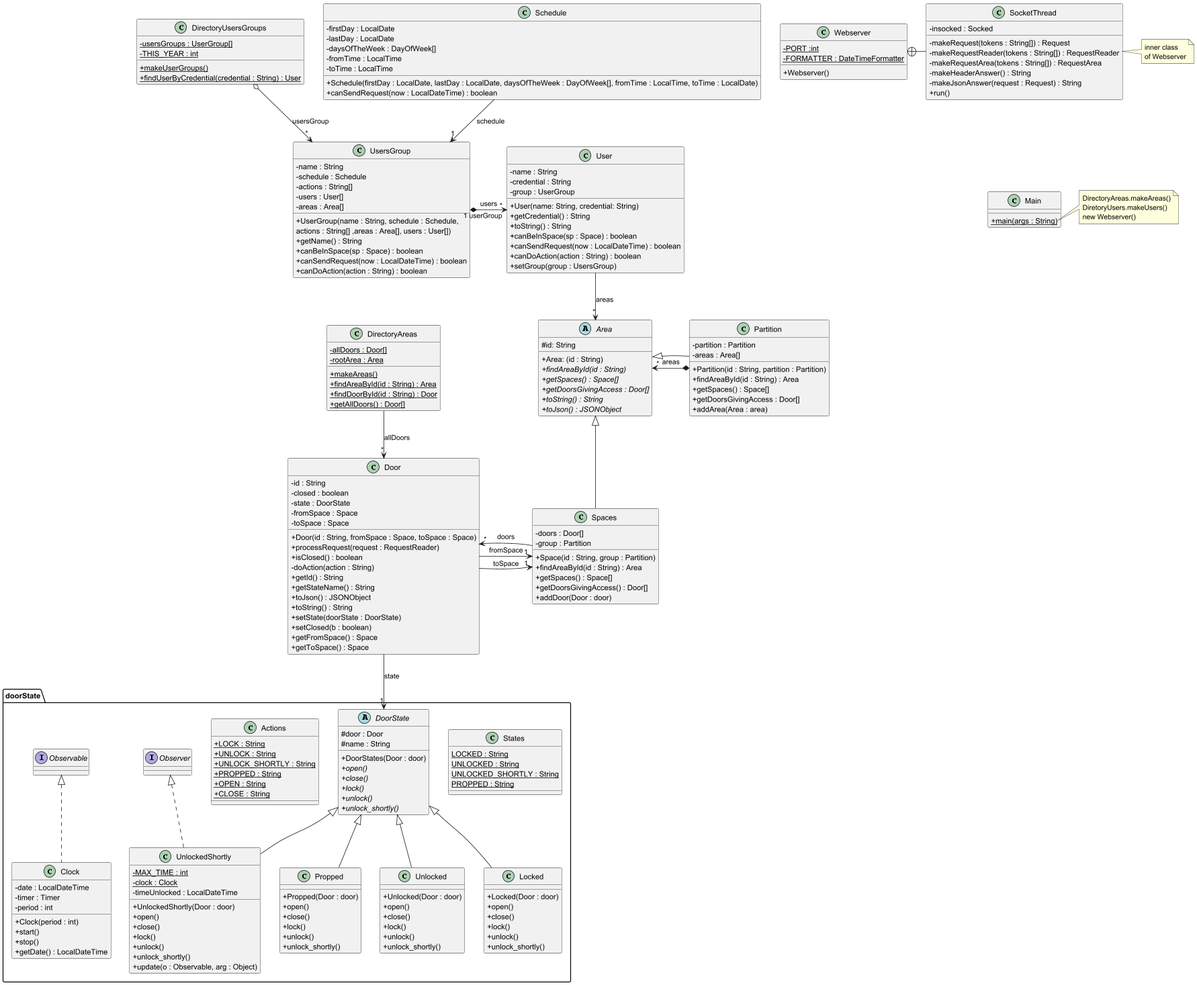
JackNesperosOba/acs_students-master keeps this PlantUML diagram as acs_students-master/src/basenostates/uml/UML.png. Above is the earlier version. Source of this version:
```plantuml
@startuml
skinparam classAttributeIconSize 0

class Webserver {
- {static} PORT :int
- {static} FORMATTER : DateTimeFormatter
+ Webserver()
}

class SocketThread {
- insocked : Socked
- makeRequest(tokens : String[]) : Request
- makeRequestReader(tokens : String[]) : RequestReader
- makeRequestArea(tokens : String[]) : RequestArea
- makeHeaderAnswer() : String
- makeJsonAnswer(request : Request) : String
+ run()
}

Webserver +-right- SocketThread

note right of SocketThread
inner class
of Webserver
end note

class DirectoryAreas {
- {static} allDoors : Door[]
- {static} rootArea : Area
+ {static} makeAreas()
+ {static} findAreaById(id : String) : Area
+ {static} findDoorById(id : String) : Door
+ {static} getAllDoors() : Door[]
}

DirectoryAreas --> "*" Door : "allDoors"

class DirectoryUsersGroups {
- {static} usersGroups : UserGroup[]
- {static} THIS_YEAR : int
+ {static} makeUserGroups()
+ {static} findUserByCredential(credential : String) : User
}

class UsersGroup {
- name : String
- schedule : Schedule
- actions : String[]
- users : User[]
- areas : Area[]
+ UserGroup(name : String, schedule : Schedule,
actions : String[] ,areas : Area[], users : User[])
+ getName() : String
+ canBeInSpace(sp : Space) : boolean
+ canSendRequest(now : LocalDateTime) : boolean
+ canDoAction(action : String) : boolean
}


Schedule --> "1" UsersGroup : "schedule"
DirectoryUsersGroups o--> "*" UsersGroup : "usersGroup"
UsersGroup "1 userGroup" *--> "*" User : "users"

class Door {
- id : String
- closed : boolean
- state : DoorState
- fromSpace : Space
- toSpace : Space
+ Door(id : String, fromSpace : Space, toSpace : Space)
+ processRequest(request : RequestReader)
+ isClosed() : boolean
- doAction(action : String)
+ getId() : String
+ getStateName() : String
+ toJson() : JSONObject
+ toString() : String
+ setState(doorState : DoorState)
+ setClosed(b : boolean)
+ getFromSpace() : Space
+ getToSpace() : Space
}


class User {
- name : String
- credential : String
- group : UserGroup
+ User(name: String, credential: String)
+ getCredential() : String
+ toString() : String
+ canBeInSpace(sp : Space) : boolean
+ canSendRequest(now : LocalDateTime) : boolean
+ canDoAction(action : String) : boolean
+ setGroup(group : UsersGroup)
}


class Main {
+ {static} main(args : String)
}

note right of Main::main
DirectoryAreas.makeAreas()
DiretoryUsers.makeUsers()
new Webserver()
end note

package doorState <<Folder>> {
    class States {
    {static} LOCKED : String
    {static} UNLOCKED : String
    {static} UNLOCKED_SHORTLY : String
    {static} PROPPED : String
    }

    class Actions {
    + {static} LOCK : String
    + {static} UNLOCK : String
    + {static} UNLOCK_SHORTLY : String
    + {static} PROPPED : String
    + {static} OPEN : String
    + {static} CLOSE : String
    }

    abstract class DoorState {
    # door : Door
    # name : String
    + DoorStates(Door : door)
    + {abstract} open()
    + {abstract} close()
    + {abstract} lock()
    + {abstract} unlock()
    + {abstract} unlock_shortly()
    }

    class Unlocked extends DoorState {
    +Unlocked(Door : door)
    + open()
    + close()
    + lock()
    + unlock()
    + unlock_shortly()
    }

    class Locked extends DoorState {
    + Locked(Door : door)
    + open()
    + close()
    + lock()
    + unlock()
    + unlock_shortly()
    }

    class UnlockedShortly extends DoorState implements Observer {
    - {static} MAX_TIME : int
    - {static} clock : Clock
    - timeUnlocked : LocalDateTime
    + UnlockedShortly(Door : door)
    + open()
    + close()
    + lock()
    + unlock()
    + unlock_shortly()
    + update(o : Observable, arg : Object)
    }

    class Propped extends DoorState  {
    + Propped(Door : door)
    + open()
    + close()
    + lock()
    + unlock()
    + unlock_shortly()
    }

    class Clock implements Observable {
    - date : LocalDateTime
    - timer : Timer
    - period : int
    + Clock(period : int)
    + start()
    + stop()
    + getDate() : LocalDateTime
    }
Actions -[hidden]right- DoorState
DoorState -[hidden]right- States
}
Door --> "1" DoorState : "state"

abstract class Area {
#id: String
__
+Area: (id : String)
+ {abstract} findAreaById(id : String)
+ {abstract} getSpaces() : Space[]
+ {abstract} getDoorsGivingAccess : Door[]
+ {abstract} toString() : String
+ {abstract} toJson() : JSONObject
}

class Spaces extends Area{
- doors : Door[]
- group : Partition
+ Space(id : String, group : Partition)
+ findAreaById(id : String) : Area
+ getSpaces() : Space[]
+ getDoorsGivingAccess() : Door[]
+ addDoor(Door : door)
}

class Partition extends Area{
- partition : Partition
- areas : Area[]
__
+ Partition(id : String, partition : Partition)
+ findAreaById(id : String) : Area
+ getSpaces() : Space[]
+ getDoorsGivingAccess : Door[]
+ addArea(Area : area)
}

class Schedule {
- firstDay : LocalDate
- lastDay : LocalDate
- daysOfTheWeek : DayOfWeek[]
- fromTime : LocalTime
- toTime : LocalTime
+ Schedule(firstDay : LocalDate, lastDay : LocalDate, daysOfTheWeek : DayOfWeek[], fromTime : LocalTime, toTime : LocalDate)
+ canSendRequest(now : LocalDateTime) : boolean
}

Partition *--> "*" Area : areas
User --> "*" Area : "areas"
Spaces --> "*" Door : "doors"
Door --> "1" Spaces : "fromSpace"
Door --> "1" Spaces : "toSpace"

Spaces -[hidden]right- Door
Partition -[hidden]left- Area
UsersGroup -[hidden]right- User
SocketThread -[hidden]down- Main

@enduml
```
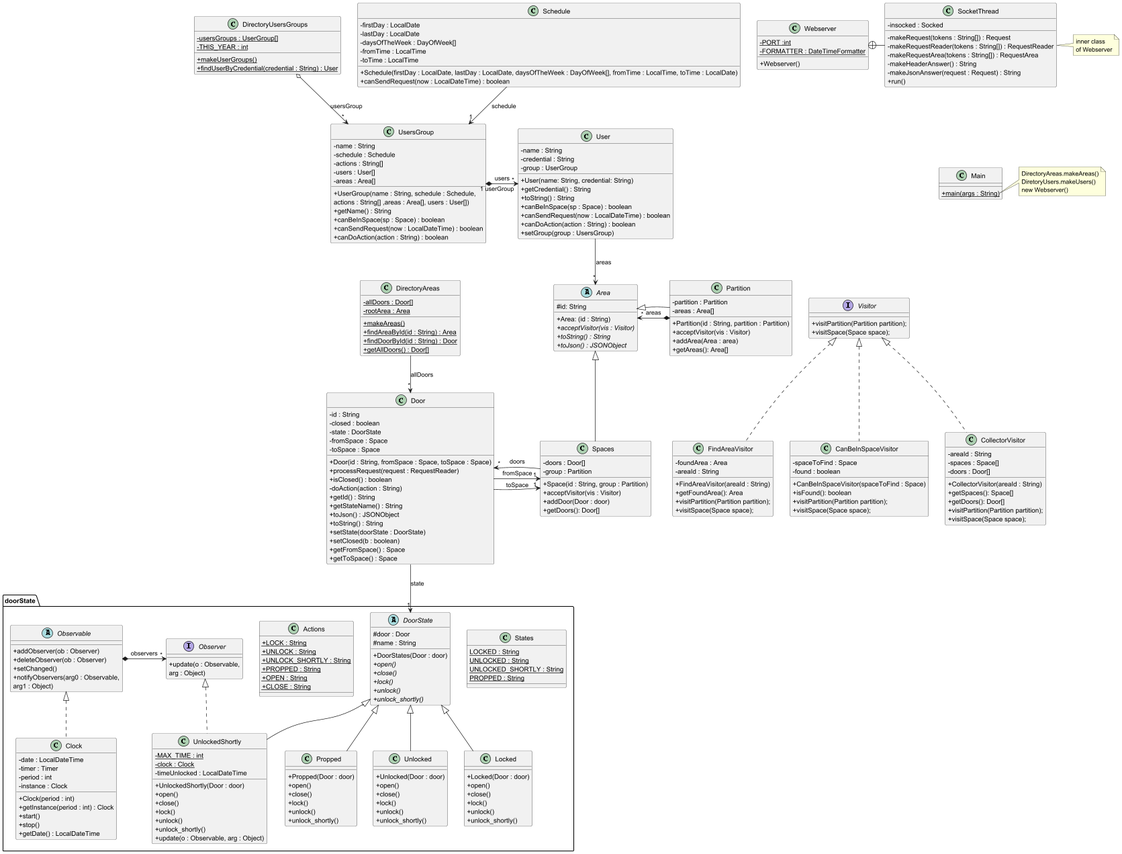
The same diagram one commit later.

The edit, as a diff of the source:
```diff
@@ -152,6 +152,11 @@
     + unlock_shortly()
     }
 
+    interface Observer {
+    +update(o : Observable,
+    arg : Object)
+    }
+
     class UnlockedShortly extends DoorState implements Observer {
     - {static} MAX_TIME : int
     - {static} clock : Clock
@@ -174,11 +179,22 @@
     + unlock_shortly()
     }
 
+    abstract class Observable {
+
+    +addObserver(ob : Observer)
+    +deleteObserver(ob : Observer)
+    +setChanged()
+    +notifyObservers(arg0 : Observable,
+        arg1 : Object)
+    }
+
     class Clock implements Observable {
     - date : LocalDateTime
     - timer : Timer
     - period : int
+    -instance : Clock
     + Clock(period : int)
+    + getInstance(period : int) : Clock
     + start()
     + stop()
     + getDate() : LocalDateTime
@@ -191,10 +207,8 @@
 abstract class Area {
 #id: String
 __
-+Area: (id : String)
-+ {abstract} findAreaById(id : String)
-+ {abstract} getSpaces() : Space[]
-+ {abstract} getDoorsGivingAccess : Door[]
++ Area: (id : String)
++ {abstract} acceptVisitor(vis : Visitor)
 + {abstract} toString() : String
 + {abstract} toJson() : JSONObject
 }
@@ -203,10 +217,9 @@
 - doors : Door[]
 - group : Partition
 + Space(id : String, group : Partition)
-+ findAreaById(id : String) : Area
-+ getSpaces() : Space[]
-+ getDoorsGivingAccess() : Door[]
++ acceptVisitor(vis : Visitor)
 + addDoor(Door : door)
++ getDoors(): Door[]
 }
 
 class Partition extends Area{
@@ -214,12 +227,40 @@
 - areas : Area[]
 __
 + Partition(id : String, partition : Partition)
-+ findAreaById(id : String) : Area
-+ getSpaces() : Space[]
-+ getDoorsGivingAccess : Door[]
++ acceptVisitor(vis : Visitor)
 + addArea(Area : area)
++ getAreas(): Area[]
 }
-
+interface Visitor {
++ visitPartition(Partition partition);
++ visitSpace(Space space);
+}
+class FindAreaVisitor implements Visitor {
+- foundArea : Area
+- areaId : String
++ FindAreaVisitor(areaId : String)
++ getFoundArea(): Area
++ visitPartition(Partition partition);
++ visitSpace(Space space);
+}
+class CanBeInSpaceVisitor implements Visitor {
+- spaceToFind : Space
+- found : boolean
++ CanBeInSpaceVisitor(spaceToFind : Space)
++ isFound(): boolean
++ visitPartition(Partition partition);
++ visitSpace(Space space);
+}
+class CollectorVisitor implements Visitor {
+- areaId : String
+- spaces : Space[]
+- doors : Door[]
++ CollectorVisitor(areaId : String)
++ getSpaces(): Space[]
++ getDoors(): Door[]
++ visitPartition(Partition partition);
++ visitSpace(Space space);
+}
 class Schedule {
 - firstDay : LocalDate
 - lastDay : LocalDate
@@ -235,10 +276,13 @@
 Spaces --> "*" Door : "doors"
 Door --> "1" Spaces : "fromSpace"
 Door --> "1" Spaces : "toSpace"
+Observable *--> "*" Observer : observers
 
+Observable -[hidden]right- Observer
 Spaces -[hidden]right- Door
 Partition -[hidden]left- Area
 UsersGroup -[hidden]right- User
+Partition -[hidden]right- Visitor
 SocketThread -[hidden]down- Main
 
 @enduml
```
